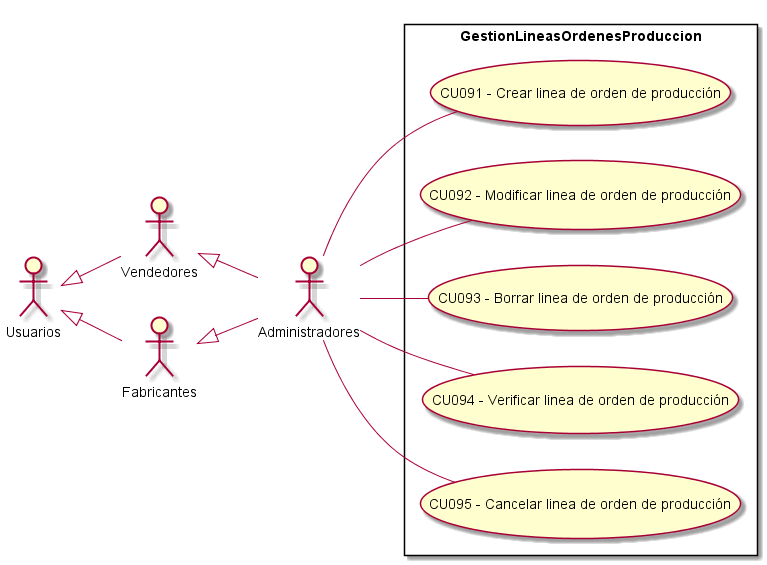
This is Informe Final/Imagenes/ModeladoDeCasosDeUso/DiagramaDeCasosDeUso/GestionLineasOrdenesProduccion.png from ZMGestion/DocumentacionZMGestion, a PlantUML export, as it was before one commit.
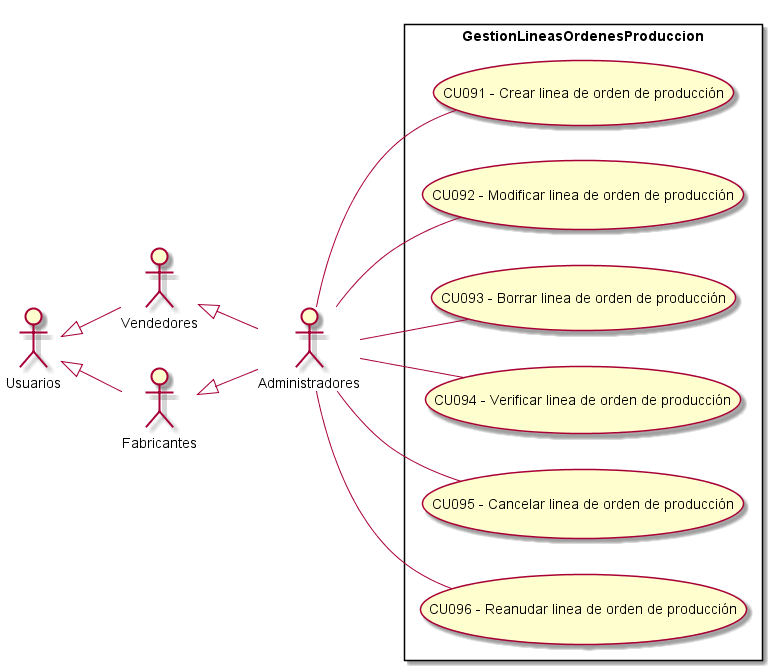
After the change.

The edit, as a diff of the source:
```diff
@@ -18,10 +18,12 @@
     UseCase "CU093 - Borrar linea de orden de producción" as B
     UseCase "CU094 - Verificar linea de orden de producción" as Verificar
     UseCase "CU095 - Cancelar linea de orden de producción" as Cancelar
+    UseCase "CU096 - Reanudar linea de orden de producción" as Reanudar
 }
     Administradores -- C
     Administradores -- Verificar
     Administradores -- Cancelar
+    Administradores -- Reanudar
     Administradores -- B
     Administradores -- M
 
```
